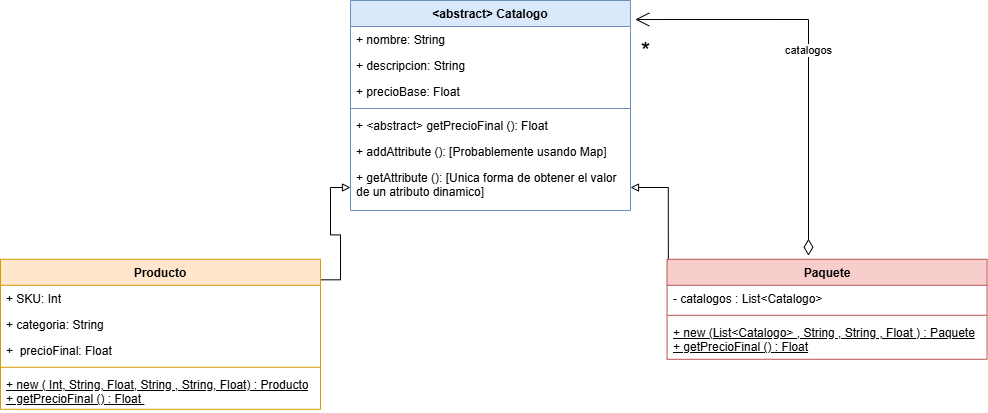
Earlier version of the draw.io export src/Catalogo/UML.png (saenzlucas/UNQShop). Source tidied: cells renumbered, new cells last; positions are measured from the earlier drawing's top-left corner, leaving out a move shared by most shapes. The source it was exported from:
```xml
<mxGraphModel>
  <root>
    <mxCell id="0" />
    <mxCell id="1" parent="0" />
    <mxCell id="2" style="edgeStyle=orthogonalEdgeStyle;rounded=0;jettySize=auto;html=1;endArrow=block;endFill=0;entryX=0;entryY=0.5;entryDx=0;entryDy=0;exitX=0.999;exitY=0.137;exitDx=0;exitDy=0;exitPerimeter=0;" parent="1" edge="1" source="3" target="16">
      <mxGeometry relative="1" as="geometry" />
    </mxCell>
    <mxCell id="3" value="Producto" style="swimlane;fontStyle=1;align=center;verticalAlign=top;horizontal=1;startSize=26;whiteSpace=wrap;html=1;fillColor=#ffe6cc;strokeColor=#d79b00;" parent="1" vertex="1">
      <mxGeometry y="258.8" width="320" height="150" as="geometry" />
    </mxCell>
    <mxCell id="4" value="+ SKU: Int" style="text;strokeColor=none;fillColor=none;align=left;verticalAlign=top;spacingLeft=4;spacingRight=4;overflow=hidden;whiteSpace=wrap;html=1;" parent="3" vertex="1">
      <mxGeometry y="26" width="320" height="26" as="geometry" />
    </mxCell>
    <mxCell id="5" value="+ categoria: String" style="text;strokeColor=none;fillColor=none;align=left;verticalAlign=top;spacingLeft=4;spacingRight=4;overflow=hidden;whiteSpace=wrap;html=1;" parent="3" vertex="1">
      <mxGeometry y="52" width="320" height="26" as="geometry" />
    </mxCell>
    <mxCell id="6" value="+&amp;nbsp; precioFinal: Float" style="text;strokeColor=none;fillColor=none;align=left;verticalAlign=top;spacingLeft=4;spacingRight=4;overflow=hidden;whiteSpace=wrap;html=1;" parent="3" vertex="1">
      <mxGeometry y="78" width="320" height="26" as="geometry" />
    </mxCell>
    <mxCell id="7" style="line;strokeWidth=1;fillColor=none;align=left;verticalAlign=middle;spacingTop=-1;spacingLeft=3;spacingRight=3;labelPosition=right;strokeColor=inherit;" parent="3" vertex="1">
      <mxGeometry y="104" width="320" height="8" as="geometry" />
    </mxCell>
    <mxCell id="8" value="+ new ( Int, String, Float, String , String, Float) : Producto&lt;div&gt;+ getPrecioFinal () : Float&amp;nbsp;&lt;/div&gt;" style="text;strokeColor=none;fillColor=none;align=left;verticalAlign=top;spacingLeft=4;spacingRight=4;overflow=hidden;whiteSpace=wrap;html=1;fontStyle=4;" parent="3" vertex="1">
      <mxGeometry y="112" width="320" height="38" as="geometry" />
    </mxCell>
    <mxCell id="9" value="&amp;lt;&lt;span style=&quot;background-color: transparent; color: light-dark(rgb(0, 0, 0), rgb(255, 255, 255));&quot;&gt;abstract&amp;gt; Catalogo&lt;/span&gt;" style="swimlane;fontStyle=1;align=center;verticalAlign=top;horizontal=1;startSize=26;whiteSpace=wrap;html=1;fillColor=#dae8fc;strokeColor=#6c8ebf;" parent="1" vertex="1">
      <mxGeometry x="350" width="280" height="210" as="geometry" />
    </mxCell>
    <mxCell id="10" value="+ nombre: String" style="text;strokeColor=none;fillColor=none;align=left;verticalAlign=top;spacingLeft=4;spacingRight=4;overflow=hidden;points=[[0,0.5],[1,0.5]];portConstraint=eastwest;whiteSpace=wrap;html=1;" parent="9" vertex="1">
      <mxGeometry y="26" width="280" height="26" as="geometry" />
    </mxCell>
    <mxCell id="11" value="+ descripcion: String" style="text;strokeColor=none;fillColor=none;align=left;verticalAlign=top;spacingLeft=4;spacingRight=4;overflow=hidden;whiteSpace=wrap;html=1;" parent="9" vertex="1">
      <mxGeometry y="52" width="280" height="26" as="geometry" />
    </mxCell>
    <mxCell id="12" value="+ precioBase: Float" style="text;strokeColor=none;fillColor=none;align=left;verticalAlign=top;spacingLeft=4;spacingRight=4;overflow=hidden;whiteSpace=wrap;html=1;" parent="9" vertex="1">
      <mxGeometry y="78" width="280" height="26" as="geometry" />
    </mxCell>
    <mxCell id="13" style="line;strokeWidth=1;fillColor=none;align=left;verticalAlign=middle;spacingTop=-1;spacingLeft=3;spacingRight=3;labelPosition=right;strokeColor=inherit;" parent="9" vertex="1">
      <mxGeometry y="104" width="280" height="8" as="geometry" />
    </mxCell>
    <mxCell id="14" value="+ &amp;lt;abstract&amp;gt; getPrecioFinal (): Float&lt;div&gt;&lt;br&gt;&lt;/div&gt;" style="text;strokeColor=none;fillColor=none;align=left;verticalAlign=top;spacingLeft=4;spacingRight=4;overflow=hidden;whiteSpace=wrap;html=1;" parent="9" vertex="1">
      <mxGeometry y="112" width="280" height="26" as="geometry" />
    </mxCell>
    <mxCell id="15" value="&lt;div&gt;+ addAttribute (): [Probablemente usando Map]&lt;/div&gt;" style="text;strokeColor=none;fillColor=none;align=left;verticalAlign=top;spacingLeft=4;spacingRight=4;overflow=hidden;whiteSpace=wrap;html=1;" parent="9" vertex="1">
      <mxGeometry y="138" width="280" height="26" as="geometry" />
    </mxCell>
    <mxCell id="16" value="&lt;div&gt;+ getAttribute ():&amp;nbsp;&lt;span style=&quot;background-color: transparent; color: light-dark(rgb(0, 0, 0), rgb(255, 255, 255));&quot;&gt;[Unica forma de obtener el valor de un atributo dinamico]&lt;/span&gt;&lt;/div&gt;" style="text;strokeColor=none;fillColor=none;align=left;verticalAlign=top;spacingLeft=4;spacingRight=4;overflow=hidden;points=[[0,0.5],[1,0.5]];portConstraint=eastwest;whiteSpace=wrap;html=1;" parent="9" vertex="1">
      <mxGeometry y="164" width="280" height="46" as="geometry" />
    </mxCell>
    <mxCell id="17" style="edgeStyle=orthogonalEdgeStyle;rounded=0;jettySize=auto;html=1;endArrow=block;endFill=0;exitX=0.004;exitY=0.212;exitDx=0;exitDy=0;exitPerimeter=0;" parent="1" edge="1" source="18" target="16">
      <mxGeometry relative="1" as="geometry" />
    </mxCell>
    <mxCell id="18" value="Paquete" style="swimlane;fontStyle=1;align=center;verticalAlign=top;horizontal=1;startSize=26;whiteSpace=wrap;html=1;fillColor=#f8cecc;strokeColor=#b85450;" parent="1" vertex="1">
      <mxGeometry x="666.6" y="258.8" width="320" height="100" as="geometry" />
    </mxCell>
    <mxCell id="19" value="- catalogos : List&amp;lt;Catalogo&amp;gt;" style="text;strokeColor=none;fillColor=none;align=left;verticalAlign=top;spacingLeft=4;spacingRight=4;overflow=hidden;whiteSpace=wrap;html=1;" parent="18" vertex="1">
      <mxGeometry y="26" width="320" height="26" as="geometry" />
    </mxCell>
    <mxCell id="20" style="line;strokeWidth=1;fillColor=none;align=left;verticalAlign=middle;spacingTop=-1;spacingLeft=3;spacingRight=3;labelPosition=right;strokeColor=inherit;" parent="18" vertex="1">
      <mxGeometry y="52" width="320" height="8" as="geometry" />
    </mxCell>
    <mxCell id="21" value="+ new (List&amp;lt;Catalogo&amp;gt; , String , String , Float ) : Paquete&lt;div&gt;+ getPrecioFinal () : Float&lt;/div&gt;" style="text;strokeColor=none;fillColor=none;align=left;verticalAlign=top;spacingLeft=4;spacingRight=4;overflow=hidden;whiteSpace=wrap;html=1;fontStyle=4;" parent="18" vertex="1">
      <mxGeometry y="60" width="320" height="40" as="geometry" />
    </mxCell>
    <mxCell id="22" value="catalogos" style="endArrow=open;html=1;endSize=12;startArrow=diamondThin;startSize=14;startFill=0;edgeStyle=orthogonalEdgeStyle;rounded=0;exitX=0.442;exitY=-0.036;exitDx=0;exitDy=0;exitPerimeter=0;entryX=1.017;entryY=-0.269;entryDx=0;entryDy=0;entryPerimeter=0;" parent="1" edge="1" source="18" target="10">
      <mxGeometry relative="1" as="geometry" />
    </mxCell>
    <mxCell id="23" value="&lt;font style=&quot;font-size: 24px;&quot;&gt;*&lt;/font&gt;" style="edgeLabel;html=1;align=right;verticalAlign=top;" parent="22" vertex="1">
      <mxGeometry x="1" relative="1" as="geometry">
        <mxPoint x="15" y="11" as="offset" />
      </mxGeometry>
    </mxCell>
  </root>
</mxGraphModel>
```
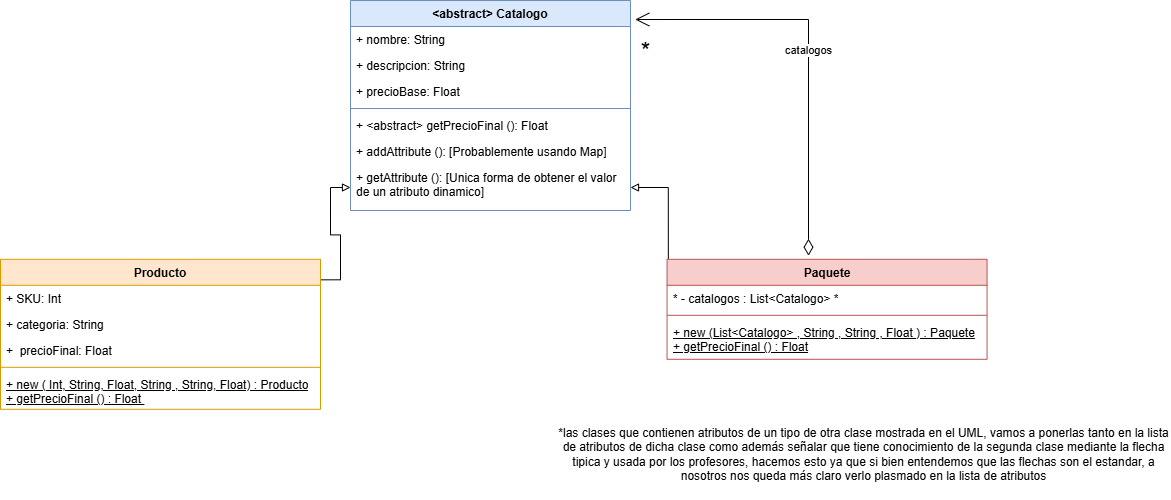
After the change.

Diff of the diagram source:
```diff
@@ -53,9 +53,9 @@
     <mxCell id="18" value="Paquete" style="swimlane;fontStyle=1;align=center;verticalAlign=top;horizontal=1;startSize=26;whiteSpace=wrap;html=1;fillColor=#f8cecc;strokeColor=#b85450;" parent="1" vertex="1">
       <mxGeometry x="666.6" y="258.8" width="320" height="100" as="geometry" />
     </mxCell>
-    <mxCell id="19" value="- catalogos : List&amp;lt;Catalogo&amp;gt;" style="text;strokeColor=none;fillColor=none;align=left;verticalAlign=top;spacingLeft=4;spacingRight=4;overflow=hidden;whiteSpace=wrap;html=1;" parent="18" vertex="1">
-      <mxGeometry y="26" width="320" height="26" as="geometry" />
-    </mxCell>
+    <mxCell id="24" value="* - catalogos : List&amp;lt;Catalogo&amp;gt; *" style="text;strokeColor=none;fillColor=none;align=left;verticalAlign=top;spacingLeft=4;spacingRight=4;overflow=hidden;whiteSpace=wrap;html=1;" parent="18" vertex="1">
+      <mxGeometry y="26" width="320" height="26" as="geometry" />
+    </mxCell>
     <mxCell id="20" style="line;strokeWidth=1;fillColor=none;align=left;verticalAlign=middle;spacingTop=-1;spacingLeft=3;spacingRight=3;labelPosition=right;strokeColor=inherit;" parent="18" vertex="1">
       <mxGeometry y="52" width="320" height="8" as="geometry" />
     </mxCell>
@@ -70,5 +70,8 @@
         <mxPoint x="15" y="11" as="offset" />
       </mxGeometry>
     </mxCell>
+    <mxCell id="25" value="*las clases que contienen atributos de un tipo de otra clase mostrada en el UML, vamos a ponerlas tanto en la lista de atributos de dicha clase como además señalar que tiene conocimiento de la segunda clase mediante la flecha tipica y usada por los profesores, hacemos esto ya que si bien entendemos que las flechas son el estandar, a nosotros nos queda más claro verlo plasmado en la lista de atributos" style="text;html=1;whiteSpace=wrap;strokeColor=none;fillColor=none;align=center;verticalAlign=middle;rounded=0;" parent="1" vertex="1">
+      <mxGeometry x="556.6" y="408.8" width="613.4" height="90" as="geometry" />
+    </mxCell>
   </root>
 </mxGraphModel>
```
